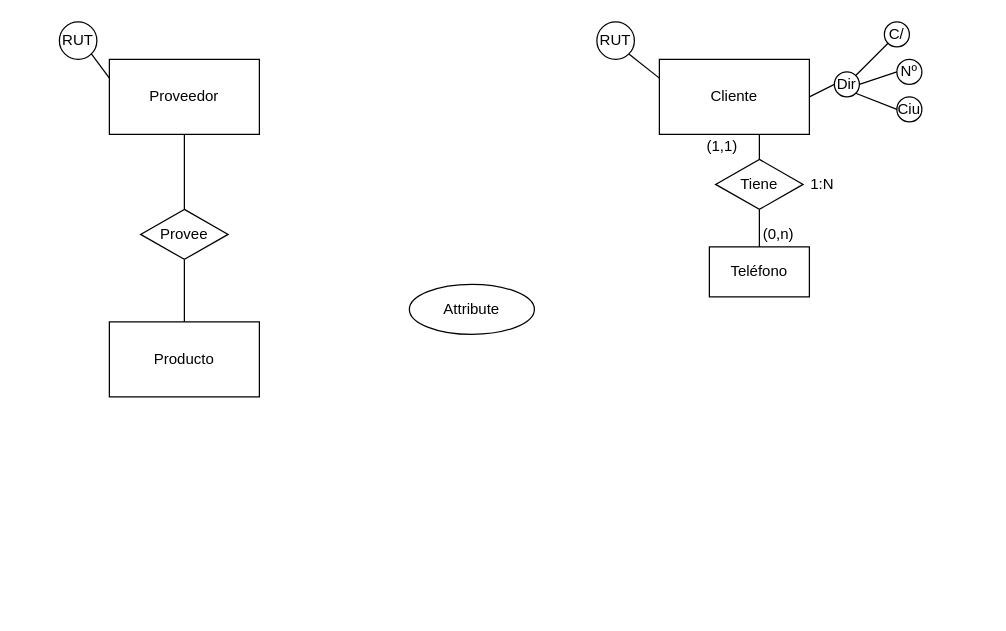
The draw.io diagram Ejercicio2Proveedores.drawio in aledeleonez/DiagramasBBDD, before the edit. Source tidied: cells renumbered, new cells numbered last; positions are measured from the earlier drawing's top-left corner, leaving out a move shared by most shapes. Both pictures are drawn from the tidied source at 125%, with x=0, y=0 at pixel (59, 21).
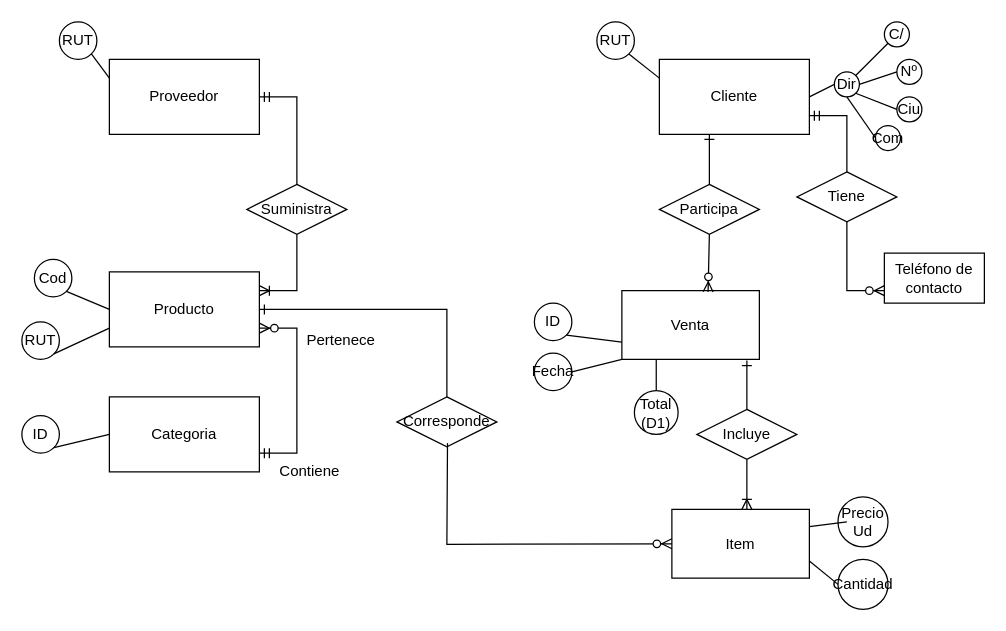
Above is the later version.

The change refers to these unchanged cells:
```xml
<mxCell id="2" value="Proveedor" style="rounded=0;whiteSpace=wrap;html=1;" parent="1" vertex="1">
  <mxGeometry x="40" y="30" width="120" height="60" as="geometry" />
</mxCell>
<mxCell id="3" value="Cliente" style="rounded=0;whiteSpace=wrap;html=1;" parent="1" vertex="1">
  <mxGeometry x="480" y="30" width="120" height="60" as="geometry" />
</mxCell>
<mxCell id="9" value="Dir" style="ellipse;whiteSpace=wrap;html=1;" parent="1" vertex="1">
  <mxGeometry x="620" y="40" width="20" height="20" as="geometry" />
</mxCell>
```

The edit, as a diff of the source:
```diff
@@
     <mxCell id="4" value="Producto" style="rounded=0;whiteSpace=wrap;html=1;" parent="1" vertex="1">
-      <mxGeometry x="40" y="240" width="120" height="60" as="geometry" />
+      <mxGeometry x="40" y="200" width="120" height="60" as="geometry" />
     </mxCell>
@@
+    <mxCell id="18" value="Teléfono de contacto" style="rounded=0;whiteSpace=wrap;html=1;" parent="1" vertex="1">
+      <mxGeometry x="660" y="185" width="80" height="40" as="geometry" />
+    </mxCell>
+    <mxCell id="28" value="Com" style="ellipse;whiteSpace=wrap;html=1;" parent="1" vertex="1">
+      <mxGeometry x="652.9" y="82.9" width="20" height="20" as="geometry" />
+    </mxCell>
+    <mxCell id="29" style="endArrow=none;html=1;rounded=0;entryX=0;entryY=0.5;entryDx=0;entryDy=0;exitX=0.5;exitY=1;exitDx=0;exitDy=0;" parent="1" edge="1" source="9" target="28">
+      <mxGeometry relative="1" as="geometry" />
+    </mxCell>
+    <mxCell id="30" style="edgeStyle=orthogonalEdgeStyle;fontSize=12;html=1;endArrow=ERzeroToMany;startArrow=none;rounded=0;exitX=0.5;exitY=1;exitDx=0;exitDy=0;entryX=0;entryY=0.75;entryDx=0;entryDy=0;" parent="1" edge="1" source="17" target="18">
+      <mxGeometry relative="1" as="geometry" />
+    </mxCell>
+    <mxCell id="31" value="Cod" style="ellipse;whiteSpace=wrap;html=1;" parent="1" vertex="1">
+      <mxGeometry x="-20" y="190" width="30" height="30" as="geometry" />
+    </mxCell>
+    <mxCell id="32" style="endArrow=none;html=1;rounded=0;exitX=1;exitY=1;exitDx=0;exitDy=0;entryX=0;entryY=0.5;entryDx=0;entryDy=0;" parent="1" edge="1" source="31" target="4">
+      <mxGeometry relative="1" as="geometry" />
+    </mxCell>
+    <mxCell id="33" value="RUT" style="ellipse;whiteSpace=wrap;html=1;" parent="1" vertex="1">
+      <mxGeometry x="-30" y="240" width="30" height="30" as="geometry" />
+    </mxCell>
+    <mxCell id="34" style="endArrow=none;html=1;rounded=0;exitX=1;exitY=1;exitDx=0;exitDy=0;entryX=0;entryY=0.75;entryDx=0;entryDy=0;" parent="1" edge="1" source="33" target="4">
+      <mxGeometry relative="1" as="geometry" />
+    </mxCell>
+    <mxCell id="35" style="edgeStyle=entityRelationEdgeStyle;fontSize=12;html=1;endArrow=ERoneToMany;startArrow=ERmandOne;rounded=0;entryX=1;entryY=0.25;entryDx=0;entryDy=0;exitX=1;exitY=0.5;exitDx=0;exitDy=0;" parent="1" edge="1" source="2" target="4">
+      <mxGeometry relative="1" as="geometry" />
+    </mxCell>
+    <mxCell id="36" value="Categoria" style="rounded=0;whiteSpace=wrap;html=1;" parent="1" vertex="1">
+      <mxGeometry x="40" y="300" width="120" height="60" as="geometry" />
+    </mxCell>
+    <mxCell id="37" value="ID" style="ellipse;whiteSpace=wrap;html=1;" parent="1" vertex="1">
+      <mxGeometry x="-30" y="315" width="30" height="30" as="geometry" />
+    </mxCell>
+    <mxCell id="38" style="endArrow=none;html=1;rounded=0;exitX=1;exitY=1;exitDx=0;exitDy=0;entryX=0;entryY=0.5;entryDx=0;entryDy=0;" parent="1" edge="1" source="37" target="36">
+      <mxGeometry relative="1" as="geometry" />
+    </mxCell>
+    <mxCell id="39" style="edgeStyle=entityRelationEdgeStyle;fontSize=12;html=1;endArrow=ERzeroToMany;startArrow=ERmandOne;rounded=0;exitX=1;exitY=0.75;exitDx=0;exitDy=0;entryX=1;entryY=0.75;entryDx=0;entryDy=0;" parent="1" edge="1" source="36" target="4">
+      <mxGeometry relative="1" as="geometry" />
+    </mxCell>
+    <mxCell id="40" value="Venta" style="rounded=0;whiteSpace=wrap;html=1;" parent="1" vertex="1">
+      <mxGeometry x="450" y="215" width="110" height="55" as="geometry" />
+    </mxCell>
+    <mxCell id="41" value="ID" style="ellipse;whiteSpace=wrap;html=1;" parent="1" vertex="1">
+      <mxGeometry x="380" y="225" width="30" height="30" as="geometry" />
+    </mxCell>
+    <mxCell id="42" style="endArrow=none;html=1;rounded=0;exitX=1;exitY=1;exitDx=0;exitDy=0;entryX=0;entryY=0.75;entryDx=0;entryDy=0;" parent="1" edge="1" source="41" target="40">
+      <mxGeometry relative="1" as="geometry" />
+    </mxCell>
+    <mxCell id="43" value="Fecha" style="ellipse;whiteSpace=wrap;html=1;" parent="1" vertex="1">
+      <mxGeometry x="380" y="265" width="30" height="30" as="geometry" />
+    </mxCell>
+    <mxCell id="44" style="endArrow=none;html=1;rounded=0;exitX=1;exitY=0.5;exitDx=0;exitDy=0;entryX=0;entryY=1;entryDx=0;entryDy=0;" parent="1" edge="1" source="43" target="40">
+      <mxGeometry relative="1" as="geometry" />
+    </mxCell>
+    <mxCell id="45" value="Suministra" style="shape=rhombus;perimeter=rhombusPerimeter;whiteSpace=wrap;html=1;align=center;" parent="1" vertex="1">
+      <mxGeometry x="150" y="130" width="80" height="40" as="geometry" />
+    </mxCell>
+    <mxCell id="46" value="Contiene" style="text;html=1;align=center;verticalAlign=middle;strokeColor=none;fillColor=none;" parent="1" vertex="1">
+      <mxGeometry x="170" y="350" width="60" height="20" as="geometry" />
+    </mxCell>
+    <mxCell id="47" value="Pertenece" style="text;html=1;align=center;verticalAlign=middle;strokeColor=none;fillColor=none;" parent="1" vertex="1">
+      <mxGeometry x="190" y="245" width="70" height="20" as="geometry" />
+    </mxCell>
     <mxCell id="17" value="Tiene" style="shape=rhombus;perimeter=rhombusPerimeter;whiteSpace=wrap;html=1;align=center;" parent="1" vertex="1">
-      <mxGeometry x="525" y="110" width="70" height="40" as="geometry" />
+      <mxGeometry x="590" y="120" width="80" height="40" as="geometry" />
     </mxCell>
-    <mxCell id="18" value="Teléfono" style="rounded=0;whiteSpace=wrap;html=1;" parent="1" vertex="1">
-      <mxGeometry x="520" y="180" width="80" height="40" as="geometry" />
-    </mxCell>
-    <mxCell id="19" style="endArrow=none;html=1;rounded=0;entryX=0.5;entryY=1;entryDx=0;entryDy=0;exitX=0.5;exitY=0;exitDx=0;exitDy=0;" parent="1" edge="1" source="18" target="17">
-      <mxGeometry relative="1" as="geometry" />
-    </mxCell>
-    <mxCell id="20" style="endArrow=none;html=1;rounded=0;exitX=0.5;exitY=0;exitDx=0;exitDy=0;" parent="1" edge="1" source="17">
-      <mxGeometry relative="1" as="geometry">
-        <mxPoint x="560" y="90" as="targetPoint" />
-      </mxGeometry>
-    </mxCell>
-    <mxCell id="21" value="(1,1)" style="text;html=1;align=center;verticalAlign=middle;strokeColor=none;fillColor=none;" parent="1" vertex="1">
-      <mxGeometry x="510" y="90" width="40" height="20" as="geometry" />
-    </mxCell>
-    <mxCell id="22" value="(0,n)" style="text;html=1;align=center;verticalAlign=middle;strokeColor=none;fillColor=none;" parent="1" vertex="1">
-      <mxGeometry x="555" y="160" width="40" height="20" as="geometry" />
-    </mxCell>
-    <mxCell id="23" value="1:N" style="text;html=1;align=center;verticalAlign=middle;strokeColor=none;fillColor=none;" parent="1" vertex="1">
-      <mxGeometry x="595" y="120" width="30" height="20" as="geometry" />
-    </mxCell>
-    <mxCell id="24" value="Provee" style="shape=rhombus;perimeter=rhombusPerimeter;whiteSpace=wrap;html=1;align=center;" parent="1" vertex="1">
-      <mxGeometry x="65" y="150" width="70" height="40" as="geometry" />
-    </mxCell>
-    <mxCell id="25" style="endArrow=none;html=1;rounded=0;exitX=0.5;exitY=0;exitDx=0;exitDy=0;entryX=0.5;entryY=1;entryDx=0;entryDy=0;" parent="1" edge="1" source="24" target="2">
-      <mxGeometry relative="1" as="geometry" />
-    </mxCell>
-    <mxCell id="26" style="endArrow=none;html=1;rounded=0;exitX=0.5;exitY=0;exitDx=0;exitDy=0;entryX=0.5;entryY=1;entryDx=0;entryDy=0;" parent="1" edge="1" source="4" target="24">
-      <mxGeometry relative="1" as="geometry" />
-    </mxCell>
-    <mxCell id="27" value="Attribute" style="ellipse;whiteSpace=wrap;html=1;align=center;" parent="1" vertex="1">
-      <mxGeometry x="280" y="210" width="100" height="40" as="geometry" />
-    </mxCell>
+    <mxCell id="48" style="fontSize=12;html=1;endArrow=none;startArrow=ERmandOne;rounded=0;exitX=1;exitY=0.75;exitDx=0;exitDy=0;entryX=0.5;entryY=0;entryDx=0;entryDy=0;edgeStyle=orthogonalEdgeStyle;" parent="1" edge="1" source="3" target="17">
+      <mxGeometry relative="1" as="geometry" />
+    </mxCell>
+    <mxCell id="49" value="Participa" style="shape=rhombus;perimeter=rhombusPerimeter;whiteSpace=wrap;html=1;align=center;" parent="1" vertex="1">
+      <mxGeometry x="480" y="130" width="80" height="40" as="geometry" />
+    </mxCell>
+    <mxCell id="50" style="fontSize=12;html=1;endArrow=ERone;endFill=1;rounded=0;elbow=vertical;exitX=0.5;exitY=0;exitDx=0;exitDy=0;" parent="1" edge="1" source="49">
+      <mxGeometry relative="1" as="geometry">
+        <mxPoint x="520" y="90" as="targetPoint" />
+      </mxGeometry>
+    </mxCell>
+    <mxCell id="51" style="fontSize=12;html=1;endArrow=ERzeroToMany;endFill=1;rounded=0;elbow=vertical;exitX=0.5;exitY=1;exitDx=0;exitDy=0;entryX=0.627;entryY=0.018;entryDx=0;entryDy=0;entryPerimeter=0;" parent="1" edge="1" source="49" target="40">
+      <mxGeometry relative="1" as="geometry" />
+    </mxCell>
+    <mxCell id="52" value="Total (D1)" style="ellipse;whiteSpace=wrap;html=1;" parent="1" vertex="1">
+      <mxGeometry x="460" y="295" width="35" height="35" as="geometry" />
+    </mxCell>
+    <mxCell id="53" style="endArrow=none;html=1;rounded=0;elbow=vertical;entryX=0.5;entryY=0;entryDx=0;entryDy=0;exitX=0.25;exitY=1;exitDx=0;exitDy=0;" parent="1" edge="1" source="40" target="52">
+      <mxGeometry relative="1" as="geometry" />
+    </mxCell>
+    <mxCell id="54" value="Item" style="rounded=0;whiteSpace=wrap;html=1;" parent="1" vertex="1">
+      <mxGeometry x="490" y="390" width="110" height="55" as="geometry" />
+    </mxCell>
+    <mxCell id="55" value="Incluye" style="shape=rhombus;perimeter=rhombusPerimeter;whiteSpace=wrap;html=1;align=center;" parent="1" vertex="1">
+      <mxGeometry x="510" y="310" width="80" height="40" as="geometry" />
+    </mxCell>
+    <mxCell id="56" style="fontSize=12;html=1;endArrow=ERone;endFill=1;rounded=0;elbow=vertical;exitX=0.5;exitY=0;exitDx=0;exitDy=0;entryX=0.909;entryY=1.018;entryDx=0;entryDy=0;entryPerimeter=0;" parent="1" edge="1" source="55" target="40">
+      <mxGeometry relative="1" as="geometry" />
+    </mxCell>
+    <mxCell id="57" style="edgeStyle=orthogonalEdgeStyle;fontSize=12;html=1;endArrow=ERoneToMany;rounded=0;elbow=vertical;" parent="1" edge="1">
+      <mxGeometry relative="1" as="geometry">
+        <mxPoint x="550" y="350" as="sourcePoint" />
+        <mxPoint x="550" y="390" as="targetPoint" />
+        <Array as="points">
+          <mxPoint x="550" y="390" />
+        </Array>
+      </mxGeometry>
+    </mxCell>
+    <mxCell id="58" value="Precio Ud" style="ellipse;whiteSpace=wrap;html=1;" parent="1" vertex="1">
+      <mxGeometry x="622.9" y="380" width="40" height="40" as="geometry" />
+    </mxCell>
+    <mxCell id="59" value="Cantidad" style="ellipse;whiteSpace=wrap;html=1;" parent="1" vertex="1">
+      <mxGeometry x="622.9" y="430" width="40" height="40" as="geometry" />
+    </mxCell>
+    <mxCell id="60" style="endArrow=none;html=1;rounded=0;elbow=vertical;exitX=1;exitY=0.25;exitDx=0;exitDy=0;" parent="1" edge="1" source="54">
+      <mxGeometry relative="1" as="geometry">
+        <mxPoint x="630" y="400" as="targetPoint" />
+      </mxGeometry>
+    </mxCell>
+    <mxCell id="61" style="endArrow=none;html=1;rounded=0;elbow=vertical;exitX=1;exitY=0.75;exitDx=0;exitDy=0;entryX=0;entryY=0.5;entryDx=0;entryDy=0;" parent="1" edge="1" source="54" target="59">
+      <mxGeometry relative="1" as="geometry" />
+    </mxCell>
+    <mxCell id="62" value="Corresponde" style="shape=rhombus;perimeter=rhombusPerimeter;whiteSpace=wrap;html=1;align=center;" parent="1" vertex="1">
+      <mxGeometry x="270" y="300" width="80" height="40" as="geometry" />
+    </mxCell>
+    <mxCell id="63" style="fontSize=12;html=1;endArrow=ERone;endFill=1;rounded=0;elbow=vertical;exitX=0.5;exitY=0;exitDx=0;exitDy=0;entryX=1;entryY=0.5;entryDx=0;entryDy=0;" parent="1" edge="1" source="62" target="4">
+      <mxGeometry relative="1" as="geometry">
+        <Array as="points">
+          <mxPoint x="310" y="230" />
+        </Array>
+      </mxGeometry>
+    </mxCell>
+    <mxCell id="64" style="fontSize=12;html=1;endArrow=ERzeroToMany;endFill=1;rounded=0;elbow=vertical;exitX=0.5;exitY=1;exitDx=0;exitDy=0;entryX=0;entryY=0.5;entryDx=0;entryDy=0;" parent="1" edge="1" target="54">
+      <mxGeometry relative="1" as="geometry">
+        <mxPoint x="310.5" y="337" as="sourcePoint" />
+        <Array as="points">
+          <mxPoint x="310" y="418" />
+        </Array>
+      </mxGeometry>
+    </mxCell>
```
